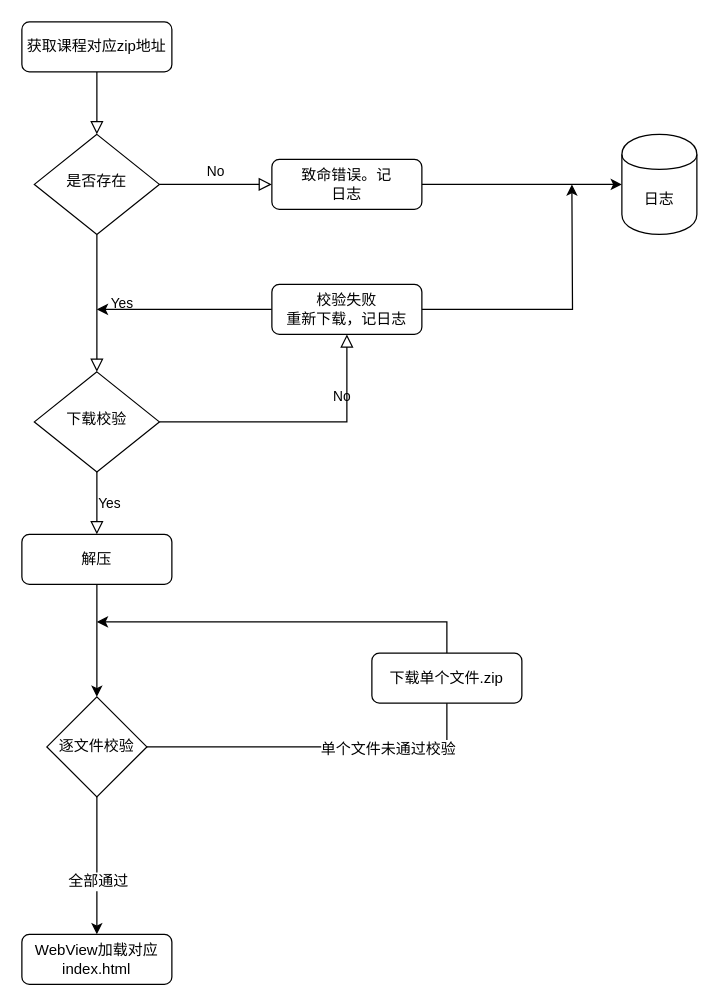
This is zip-download-validation-process.drawio from backupforks/diagrams-from-draow.io, a draw.io file, before an edit. Source tidied: cells renumbered, new cells numbered last; positions are measured from the earlier drawing's top-left corner, leaving out a move shared by most shapes. Both pictures are drawn from the tidied source at 125%, with x=0, y=0 at pixel (21, 21).
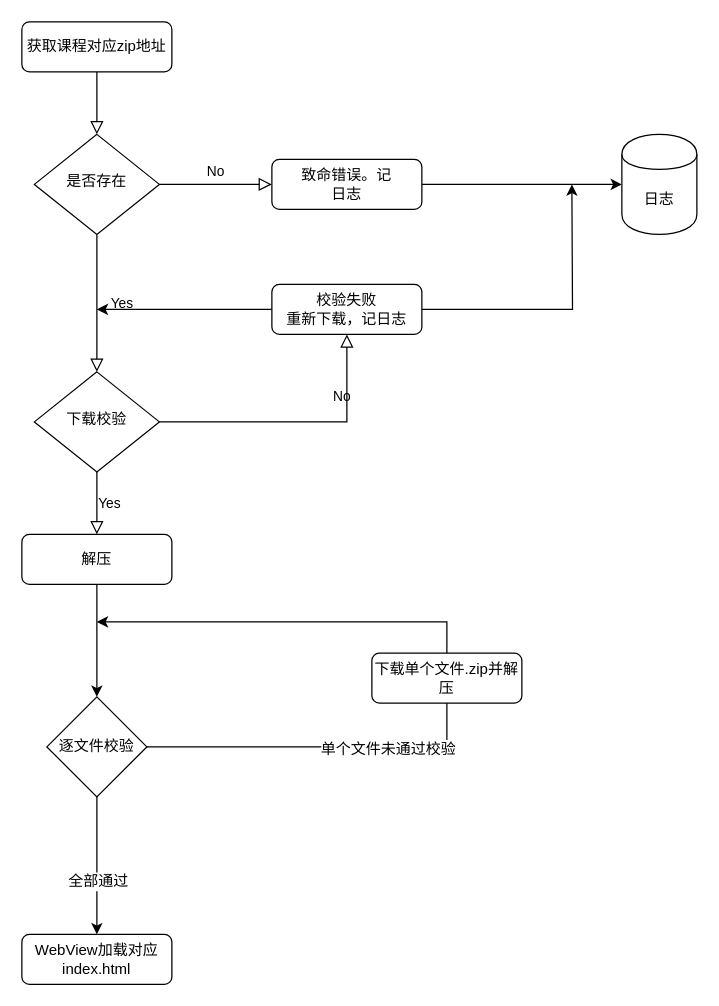
Above is the later version.

Change to the diagram source:
```diff
@@
-    <mxCell id="22" value="下载单个文件.zip" style="rounded=1;whiteSpace=wrap;html=1;fontSize=12;glass=0;strokeWidth=1;shadow=0;" parent="1" vertex="1">
+    <mxCell id="22" value="下载单个文件.zip并解压" style="rounded=1;whiteSpace=wrap;html=1;fontSize=12;glass=0;strokeWidth=1;shadow=0;" parent="1" vertex="1">
       <mxGeometry x="280" y="505" width="120" height="40" as="geometry" />
     </mxCell>
```
